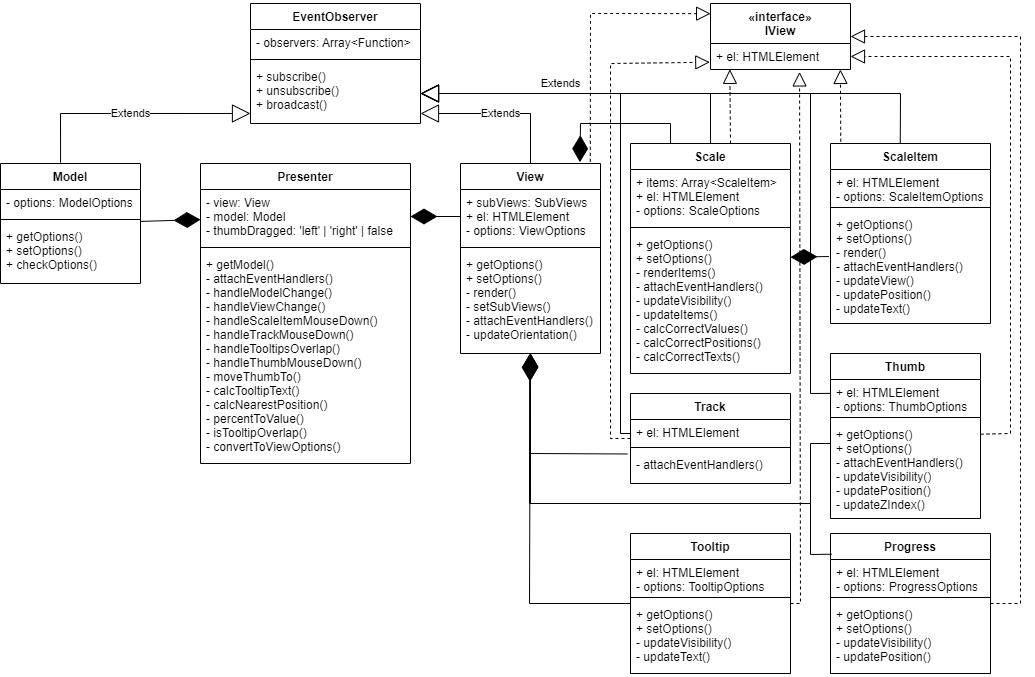
Before: docs/classes-diagram.png, a diagram exported from draw.io (staya-bomjei/range-slider). Source tidied: cells renumbered, new cells last; positions are measured from the earlier drawing's top-left corner, leaving out a move shared by most shapes.
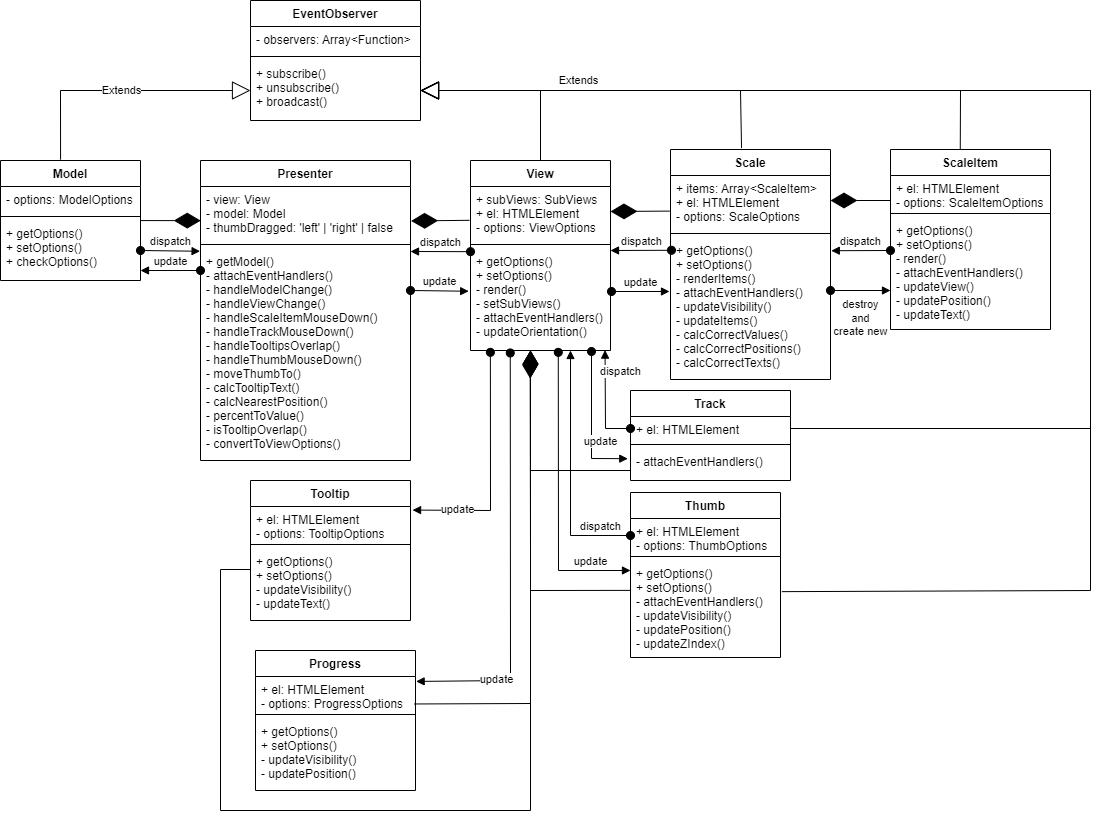
The same file after the commit.

The edit, as a diff of the source:
```diff
@@ -27,7 +27,7 @@
       <mxGeometry y="60" width="140" height="60" as="geometry" />
     </mxCell>
     <mxCell id="10" value="View" style="swimlane;fontStyle=1;align=center;verticalAlign=top;horizontal=1;startSize=26;" parent="1" vertex="1">
-      <mxGeometry x="460" y="160" width="140" height="190" as="geometry" />
+      <mxGeometry x="470" y="160" width="140" height="190" as="geometry" />
     </mxCell>
     <mxCell id="11" value="+ subViews: SubViews&#10;+ el: HTMLElement&#10;- options: ViewOptions" style="text;strokeColor=none;fillColor=none;align=left;verticalAlign=top;spacingLeft=4;spacingRight=4;overflow=hidden;points=[[0,0.5],[1,0.5]];portConstraint=eastwest;" parent="10" vertex="1">
       <mxGeometry y="26" width="140" height="54" as="geometry" />
@@ -51,7 +51,7 @@
       <mxGeometry y="88" width="210" height="212" as="geometry" />
     </mxCell>
     <mxCell id="18" value="Progress" style="swimlane;fontStyle=1;align=center;verticalAlign=top;horizontal=1;startSize=26;" parent="1" vertex="1">
-      <mxGeometry x="830" y="530" width="160" height="140" as="geometry" />
+      <mxGeometry x="255" y="650" width="160" height="140" as="geometry" />
     </mxCell>
     <mxCell id="19" value="+ el: HTMLElement&#10;- options: ProgressOptions" style="text;strokeColor=none;fillColor=none;align=left;verticalAlign=top;spacingLeft=4;spacingRight=4;overflow=hidden;points=[[0,0.5],[1,0.5]];portConstraint=eastwest;" parent="18" vertex="1">
       <mxGeometry y="26" width="160" height="34" as="geometry" />
@@ -63,7 +63,7 @@
       <mxGeometry y="68" width="160" height="72" as="geometry" />
     </mxCell>
     <mxCell id="22" value="Scale" style="swimlane;fontStyle=1;align=center;verticalAlign=top;horizontal=1;startSize=26;" parent="1" vertex="1">
-      <mxGeometry x="630" y="140" width="160" height="230" as="geometry" />
+      <mxGeometry x="670" y="149" width="160" height="230" as="geometry" />
     </mxCell>
     <mxCell id="23" value="+ items: Array&lt;ScaleItem&gt;&#10;+ el: HTMLElement&#10;- options: ScaleOptions" style="text;strokeColor=none;fillColor=none;align=left;verticalAlign=top;spacingLeft=4;spacingRight=4;overflow=hidden;points=[[0,0.5],[1,0.5]];portConstraint=eastwest;" parent="22" vertex="1">
       <mxGeometry y="26" width="160" height="54" as="geometry" />
@@ -75,7 +75,7 @@
       <mxGeometry y="88" width="160" height="142" as="geometry" />
     </mxCell>
     <mxCell id="26" value="ScaleItem" style="swimlane;fontStyle=1;align=center;verticalAlign=top;horizontal=1;startSize=26;" parent="1" vertex="1">
-      <mxGeometry x="830" y="140" width="160" height="180" as="geometry" />
+      <mxGeometry x="890" y="149" width="160" height="180" as="geometry" />
     </mxCell>
     <mxCell id="27" value="+ el: HTMLElement&#10;- options: ScaleItemOptions" style="text;strokeColor=none;fillColor=none;align=left;verticalAlign=top;spacingLeft=4;spacingRight=4;overflow=hidden;" parent="26" vertex="1">
       <mxGeometry y="26" width="160" height="34" as="geometry" />
@@ -87,7 +87,7 @@
       <mxGeometry y="68" width="160" height="112" as="geometry" />
     </mxCell>
     <mxCell id="30" value="Thumb" style="swimlane;fontStyle=1;align=center;verticalAlign=top;horizontal=1;startSize=26;" parent="1" vertex="1">
-      <mxGeometry x="830" y="350" width="150" height="165" as="geometry" />
+      <mxGeometry x="630" y="492" width="150" height="165" as="geometry" />
     </mxCell>
     <mxCell id="31" value="+ el: HTMLElement&#10;- options: ThumbOptions" style="text;strokeColor=none;fillColor=none;align=left;verticalAlign=top;spacingLeft=4;spacingRight=4;overflow=hidden;points=[[0,0.5],[1,0.5]];portConstraint=eastwest;" parent="30" vertex="1">
       <mxGeometry y="26" width="150" height="34" as="geometry" />
@@ -99,7 +99,7 @@
       <mxGeometry y="68" width="150" height="97" as="geometry" />
     </mxCell>
     <mxCell id="34" value="Tooltip" style="swimlane;fontStyle=1;align=center;verticalAlign=top;horizontal=1;startSize=26;" parent="1" vertex="1">
-      <mxGeometry x="630" y="530" width="160" height="140" as="geometry" />
+      <mxGeometry x="250" y="480" width="160" height="140" as="geometry" />
     </mxCell>
     <mxCell id="35" value="+ el: HTMLElement&#10;- options: TooltipOptions" style="text;strokeColor=none;fillColor=none;align=left;verticalAlign=top;spacingLeft=4;spacingRight=4;overflow=hidden;points=[[0,0.5],[1,0.5]];portConstraint=eastwest;" parent="34" vertex="1">
       <mxGeometry y="26" width="160" height="34" as="geometry" />
@@ -122,152 +122,187 @@
     <mxCell id="41" value="- attachEventHandlers()" style="text;strokeColor=none;fillColor=none;align=left;verticalAlign=top;spacingLeft=4;spacingRight=4;overflow=hidden;points=[[0,0.5],[1,0.5]];portConstraint=eastwest;" parent="38" vertex="1">
       <mxGeometry y="58" width="160" height="32" as="geometry" />
     </mxCell>
-    <mxCell id="42" value="«interface»&#10;IView" style="swimlane;fontStyle=1;horizontal=1;startSize=40;fillColor=none;" parent="1" vertex="1">
-      <mxGeometry x="710" width="140" height="66" as="geometry" />
-    </mxCell>
-    <mxCell id="43" value="+ el: HTMLElement" style="text;strokeColor=none;fillColor=none;align=left;verticalAlign=top;spacingLeft=4;spacingRight=4;overflow=hidden;points=[[0,0.5],[1,0.5]];portConstraint=eastwest;" parent="42" vertex="1">
-      <mxGeometry y="40" width="140" height="26" as="geometry" />
-    </mxCell>
-    <mxCell id="44" value="Extends" style="endArrow=block;endSize=16;endFill=0;html=1;rounded=0;exitX=0.429;exitY=-0.007;exitDx=0;exitDy=0;exitPerimeter=0;entryX=0;entryY=0.833;entryDx=0;entryDy=0;entryPerimeter=0;" parent="1" edge="1" source="6" target="5">
+    <mxCell id="44" value="Extends" style="endArrow=block;endSize=16;endFill=0;html=1;rounded=0;exitX=0.429;exitY=-0.007;exitDx=0;exitDy=0;exitPerimeter=0;entryX=0;entryY=0.5;entryDx=0;entryDy=0;" parent="1" edge="1" source="6" target="5">
       <mxGeometry relative="1" as="geometry">
         <Array as="points">
-          <mxPoint x="60" y="110" />
+          <mxPoint x="60" y="90" />
         </Array>
       </mxGeometry>
     </mxCell>
-    <mxCell id="45" value="Extends" style="endArrow=block;endSize=16;endFill=0;html=1;rounded=0;" parent="1" edge="1" source="10">
-      <mxGeometry relative="1" as="geometry">
-        <mxPoint x="420" y="110" as="targetPoint" />
+    <mxCell id="45" style="endArrow=block;endSize=16;endFill=0;html=1;rounded=0;entryX=1;entryY=0.5;entryDx=0;entryDy=0;" parent="1" edge="1" source="10" target="5">
+      <mxGeometry x="0.38" y="30" relative="1" as="geometry">
         <Array as="points">
-          <mxPoint x="530" y="110" />
+          <mxPoint x="540" y="90" />
         </Array>
       </mxGeometry>
     </mxCell>
-    <mxCell id="46" style="endArrow=block;endSize=16;endFill=0;html=1;rounded=0;" parent="1" edge="1" source="22" target="5">
+    <mxCell id="46" style="endArrow=block;endSize=16;endFill=0;html=1;rounded=0;exitX=0.444;exitY=-0.006;exitDx=0;exitDy=0;exitPerimeter=0;" parent="1" edge="1" source="22" target="5">
       <mxGeometry y="30" relative="1" as="geometry">
         <Array as="points">
-          <mxPoint x="710" y="90" />
+          <mxPoint x="740" y="90" />
         </Array>
       </mxGeometry>
     </mxCell>
-    <mxCell id="47" style="endArrow=block;endSize=16;endFill=0;html=1;rounded=0;" parent="1" edge="1" target="5">
+    <mxCell id="47" style="endArrow=block;endSize=16;endFill=0;html=1;rounded=0;exitX=1;exitY=0.5;exitDx=0;exitDy=0;" parent="1" edge="1" source="39" target="5">
       <mxGeometry x="0.13" y="30" relative="1" as="geometry">
-        <mxPoint x="630" y="430" as="sourcePoint" />
         <Array as="points">
-          <mxPoint x="620" y="430" />
-          <mxPoint x="620" y="90" />
+          <mxPoint x="1090" y="428" />
+          <mxPoint x="1090" y="90" />
         </Array>
       </mxGeometry>
     </mxCell>
     <mxCell id="48" value="Extends" style="endArrow=block;endSize=16;endFill=0;html=1;rounded=0;exitX=0.436;exitY=0.002;exitDx=0;exitDy=0;exitPerimeter=0;" parent="1" edge="1" source="26" target="5">
       <mxGeometry x="0.47" y="-10" relative="1" as="geometry">
         <Array as="points">
-          <mxPoint x="900" y="90" />
+          <mxPoint x="960" y="90" />
         </Array>
       </mxGeometry>
     </mxCell>
-    <mxCell id="49" style="endArrow=block;endSize=16;endFill=0;html=1;rounded=0;exitX=0.001;exitY=0.408;exitDx=0;exitDy=0;exitPerimeter=0;entryX=1;entryY=0.5;entryDx=0;entryDy=0;" parent="1" edge="1" source="31" target="5">
+    <mxCell id="49" style="endArrow=block;endSize=16;endFill=0;html=1;rounded=0;exitX=1.009;exitY=0.321;exitDx=0;exitDy=0;exitPerimeter=0;entryX=1;entryY=0.5;entryDx=0;entryDy=0;" parent="1" edge="1" source="33" target="5">
       <mxGeometry x="-0.22" y="145" relative="1" as="geometry">
         <Array as="points">
-          <mxPoint x="810" y="390" />
-          <mxPoint x="810" y="90" />
+          <mxPoint x="1090" y="590" />
+          <mxPoint x="1090" y="90" />
         </Array>
       </mxGeometry>
     </mxCell>
-    <mxCell id="50" style="endArrow=block;dashed=1;endFill=0;endSize=12;html=1;rounded=0;exitX=0.927;exitY=-0.009;exitDx=0;exitDy=0;exitPerimeter=0;entryX=0.001;entryY=0.154;entryDx=0;entryDy=0;entryPerimeter=0;" parent="1" edge="1" source="10" target="42">
-      <mxGeometry relative="1" as="geometry">
-        <Array as="points">
-          <mxPoint x="590" y="10" />
-        </Array>
-      </mxGeometry>
-    </mxCell>
-    <mxCell id="51" style="endArrow=block;dashed=1;endFill=0;endSize=12;html=1;rounded=0;entryX=0.138;entryY=0.994;entryDx=0;entryDy=0;entryPerimeter=0;exitX=0.625;exitY=0;exitDx=0;exitDy=0;exitPerimeter=0;" parent="1" edge="1" source="22" target="43">
-      <mxGeometry relative="1" as="geometry" />
-    </mxCell>
-    <mxCell id="52" style="endArrow=block;dashed=1;endFill=0;endSize=12;html=1;rounded=0;entryX=0.928;entryY=0.998;entryDx=0;entryDy=0;entryPerimeter=0;exitX=0.064;exitY=-0.01;exitDx=0;exitDy=0;exitPerimeter=0;" parent="1" edge="1" source="26" target="43">
-      <mxGeometry relative="1" as="geometry" />
-    </mxCell>
-    <mxCell id="53" style="endArrow=block;dashed=1;endFill=0;endSize=12;html=1;rounded=0;entryX=1;entryY=0.5;entryDx=0;entryDy=0;" parent="1" edge="1" source="30" target="43">
-      <mxGeometry relative="1" as="geometry">
-        <Array as="points">
-          <mxPoint x="1010" y="430" />
-          <mxPoint x="1010" y="53" />
-        </Array>
-      </mxGeometry>
-    </mxCell>
-    <mxCell id="54" style="endArrow=block;dashed=1;endFill=0;endSize=12;html=1;rounded=0;entryX=-0.005;entryY=0.72;entryDx=0;entryDy=0;entryPerimeter=0;" parent="1" edge="1" source="38" target="43">
-      <mxGeometry relative="1" as="geometry">
-        <Array as="points">
-          <mxPoint x="610" y="435" />
-          <mxPoint x="610" y="60" />
-        </Array>
-      </mxGeometry>
-    </mxCell>
-    <mxCell id="55" style="endArrow=block;dashed=1;endFill=0;endSize=12;html=1;rounded=0;entryX=0.636;entryY=1.093;entryDx=0;entryDy=0;entryPerimeter=0;" parent="1" edge="1" source="34" target="43">
-      <mxGeometry relative="1" as="geometry">
-        <Array as="points">
-          <mxPoint x="800" y="600" />
-        </Array>
-      </mxGeometry>
-    </mxCell>
-    <mxCell id="56" style="endArrow=block;dashed=1;endFill=0;endSize=12;html=1;rounded=0;" parent="1" edge="1" source="18" target="42">
-      <mxGeometry relative="1" as="geometry">
-        <Array as="points">
-          <mxPoint x="1020" y="600" />
-          <mxPoint x="1020" y="33" />
-        </Array>
-      </mxGeometry>
-    </mxCell>
-    <mxCell id="57" style="endArrow=diamondThin;endFill=1;endSize=24;html=1;rounded=0;" parent="1" edge="1" source="6" target="15">
+    <mxCell id="57" style="endArrow=diamondThin;endFill=1;endSize=24;html=1;rounded=0;entryX=0.001;entryY=0.632;entryDx=0;entryDy=0;entryPerimeter=0;" parent="1" edge="1" source="6" target="15">
       <mxGeometry relative="1" as="geometry" />
     </mxCell>
-    <mxCell id="58" style="endArrow=diamondThin;endFill=1;endSize=24;html=1;rounded=0;exitX=0;exitY=0.5;exitDx=0;exitDy=0;entryX=1;entryY=0.5;entryDx=0;entryDy=0;" parent="1" edge="1" source="11" target="15">
+    <mxCell id="58" style="endArrow=diamondThin;endFill=1;endSize=24;html=1;rounded=0;exitX=-0.007;exitY=0.626;exitDx=0;exitDy=0;entryX=1.003;entryY=0.638;entryDx=0;entryDy=0;entryPerimeter=0;exitPerimeter=0;" parent="1" edge="1" source="11" target="15">
       <mxGeometry relative="1" as="geometry" />
     </mxCell>
-    <mxCell id="59" style="endArrow=diamondThin;endFill=1;endSize=24;html=1;rounded=0;" parent="1" edge="1" source="34" target="13">
+    <mxCell id="59" style="endArrow=diamondThin;endFill=1;endSize=24;html=1;rounded=0;" parent="1" edge="1">
       <mxGeometry relative="1" as="geometry">
+        <mxPoint x="250" y="569" as="sourcePoint" />
+        <mxPoint x="530" y="350" as="targetPoint" />
         <Array as="points">
-          <mxPoint x="529" y="600" />
+          <mxPoint x="220" y="569" />
+          <mxPoint x="220" y="810" />
+          <mxPoint x="530" y="810" />
         </Array>
       </mxGeometry>
     </mxCell>
-    <mxCell id="60" style="endArrow=diamondThin;endFill=1;endSize=24;html=1;rounded=0;exitX=-0.02;exitY=0.078;exitDx=0;exitDy=0;exitPerimeter=0;" parent="1" edge="1" source="41" target="13">
+    <mxCell id="60" style="endArrow=diamondThin;endFill=1;endSize=24;html=1;rounded=0;" parent="1" edge="1">
       <mxGeometry relative="1" as="geometry">
+        <mxPoint x="630" y="470" as="sourcePoint" />
+        <mxPoint x="530" y="350" as="targetPoint" />
         <Array as="points">
-          <mxPoint x="530" y="450" />
+          <mxPoint x="530" y="470" />
         </Array>
       </mxGeometry>
     </mxCell>
-    <mxCell id="61" style="endArrow=diamondThin;endFill=1;endSize=24;html=1;rounded=0;exitX=0.25;exitY=0;exitDx=0;exitDy=0;entryX=0.853;entryY=-0.007;entryDx=0;entryDy=0;entryPerimeter=0;" parent="1" edge="1" source="22" target="10">
+    <mxCell id="61" style="endArrow=diamondThin;endFill=1;endSize=24;html=1;rounded=0;exitX=-0.005;exitY=0.659;exitDx=0;exitDy=0;exitPerimeter=0;" parent="1" edge="1" source="23">
       <mxGeometry relative="1" as="geometry">
-        <Array as="points">
-          <mxPoint x="670" y="120" />
-          <mxPoint x="580" y="120" />
-        </Array>
+        <mxPoint x="610" y="211" as="targetPoint" />
       </mxGeometry>
     </mxCell>
-    <mxCell id="62" style="endArrow=diamondThin;endFill=1;endSize=24;html=1;rounded=0;entryX=0.494;entryY=1.005;entryDx=0;entryDy=0;entryPerimeter=0;" parent="1" edge="1" target="13">
+    <mxCell id="62" style="endArrow=diamondThin;endFill=1;endSize=24;html=1;rounded=0;exitX=-0.003;exitY=0.308;exitDx=0;exitDy=0;exitPerimeter=0;entryX=0.426;entryY=1.011;entryDx=0;entryDy=0;entryPerimeter=0;" parent="1" edge="1" source="33" target="13">
       <mxGeometry relative="1" as="geometry">
-        <mxPoint x="830" y="440" as="sourcePoint" />
         <Array as="points">
-          <mxPoint x="810" y="440" />
-          <mxPoint x="810" y="500" />
-          <mxPoint x="529" y="500" />
+          <mxPoint x="530" y="590" />
+          <mxPoint x="530" y="551" />
         </Array>
       </mxGeometry>
     </mxCell>
-    <mxCell id="63" style="endArrow=diamondThin;endFill=1;endSize=24;html=1;rounded=0;exitX=0.007;exitY=0.148;exitDx=0;exitDy=0;exitPerimeter=0;" parent="1" edge="1" source="18">
+    <mxCell id="63" style="endArrow=diamondThin;endFill=1;endSize=24;html=1;rounded=0;exitX=0.994;exitY=0.808;exitDx=0;exitDy=0;exitPerimeter=0;" parent="1" edge="1" source="19">
       <mxGeometry relative="1" as="geometry">
         <mxPoint x="530" y="350" as="targetPoint" />
         <Array as="points">
-          <mxPoint x="810" y="551" />
-          <mxPoint x="810" y="500" />
-          <mxPoint x="530" y="500" />
+          <mxPoint x="530" y="703" />
         </Array>
       </mxGeometry>
     </mxCell>
-    <mxCell id="64" style="endArrow=diamondThin;endFill=1;endSize=24;html=1;rounded=0;exitX=-0.01;exitY=0.402;exitDx=0;exitDy=0;exitPerimeter=0;" parent="1" edge="1" source="29" target="22">
-      <mxGeometry relative="1" as="geometry" />
+    <mxCell id="64" style="endArrow=diamondThin;endFill=1;endSize=24;html=1;rounded=0;" parent="1" edge="1">
+      <mxGeometry relative="1" as="geometry">
+        <mxPoint x="890" y="200" as="sourcePoint" />
+        <mxPoint x="830" y="200" as="targetPoint" />
+      </mxGeometry>
     </mxCell>
+    <mxCell id="65" value="dispatch" style="html=1;verticalAlign=bottom;startArrow=oval;startFill=1;endArrow=block;startSize=8;rounded=0;exitX=1;exitY=0.5;exitDx=0;exitDy=0;entryX=-0.002;entryY=0.013;entryDx=0;entryDy=0;entryPerimeter=0;" parent="1" edge="1" source="9" target="17">
+      <mxGeometry relative="1" as="geometry" />
+    </mxCell>
+    <mxCell id="66" value="update" style="html=1;verticalAlign=bottom;startArrow=oval;startFill=1;endArrow=block;startSize=8;rounded=0;" parent="1" edge="1">
+      <mxGeometry relative="1" as="geometry">
+        <mxPoint x="200" y="270" as="sourcePoint" />
+        <mxPoint x="140" y="270" as="targetPoint" />
+      </mxGeometry>
+    </mxCell>
+    <mxCell id="67" value="dispatch" style="html=1;verticalAlign=bottom;startArrow=oval;startFill=1;endArrow=block;startSize=8;rounded=0;exitX=0;exitY=0.031;exitDx=0;exitDy=0;exitPerimeter=0;" parent="1" edge="1" source="13">
+      <mxGeometry relative="1" as="geometry">
+        <mxPoint x="410" y="251" as="targetPoint" />
+      </mxGeometry>
+    </mxCell>
+    <mxCell id="68" value="update" style="html=1;verticalAlign=bottom;startArrow=oval;startFill=1;endArrow=block;startSize=8;rounded=0;entryX=-0.013;entryY=0.419;entryDx=0;entryDy=0;entryPerimeter=0;" parent="1" edge="1" target="13">
+      <mxGeometry relative="1" as="geometry">
+        <mxPoint x="410" y="290" as="sourcePoint" />
+      </mxGeometry>
+    </mxCell>
+    <mxCell id="69" value="dispatch" style="html=1;verticalAlign=bottom;startArrow=oval;startFill=1;endArrow=block;startSize=8;rounded=0;exitX=0.006;exitY=0.09;exitDx=0;exitDy=0;exitPerimeter=0;" parent="1" edge="1" source="25">
+      <mxGeometry relative="1" as="geometry">
+        <mxPoint x="610" y="250" as="targetPoint" />
+      </mxGeometry>
+    </mxCell>
+    <mxCell id="70" value="update" style="html=1;verticalAlign=bottom;startArrow=oval;startFill=1;endArrow=block;startSize=8;rounded=0;" parent="1" edge="1">
+      <mxGeometry relative="1" as="geometry">
+        <mxPoint x="611" y="291" as="sourcePoint" />
+        <mxPoint x="669" y="291" as="targetPoint" />
+      </mxGeometry>
+    </mxCell>
+    <mxCell id="71" value="dispatch" style="html=1;verticalAlign=bottom;startArrow=oval;startFill=1;endArrow=block;startSize=8;rounded=0;entryX=1.005;entryY=0.093;entryDx=0;entryDy=0;entryPerimeter=0;" parent="1" edge="1" target="25">
+      <mxGeometry relative="1" as="geometry">
+        <mxPoint x="890" y="250" as="sourcePoint" />
+      </mxGeometry>
+    </mxCell>
+    <mxCell id="72" value="destroy&lt;br&gt;and&lt;br&gt;create new" style="html=1;verticalAlign=bottom;startArrow=oval;startFill=1;endArrow=block;startSize=8;rounded=0;" parent="1" edge="1">
+      <mxGeometry y="-50" relative="1" as="geometry">
+        <mxPoint x="830" y="290" as="sourcePoint" />
+        <mxPoint x="890" y="290" as="targetPoint" />
+      </mxGeometry>
+    </mxCell>
+    <mxCell id="73" value="dispatch" style="html=1;verticalAlign=bottom;startArrow=oval;startFill=1;endArrow=block;startSize=8;rounded=0;exitX=0;exitY=0.5;exitDx=0;exitDy=0;entryX=0.961;entryY=0.996;entryDx=0;entryDy=0;entryPerimeter=0;" parent="1" edge="1" source="39" target="13">
+      <mxGeometry x="0.41" y="-15" relative="1" as="geometry">
+        <Array as="points">
+          <mxPoint x="605" y="428" />
+        </Array>
+      </mxGeometry>
+    </mxCell>
+    <mxCell id="74" value="update" style="html=1;verticalAlign=bottom;startArrow=oval;startFill=1;endArrow=block;startSize=8;rounded=0;entryX=-0.017;entryY=0.318;entryDx=0;entryDy=0;entryPerimeter=0;" parent="1" edge="1" target="41">
+      <mxGeometry x="0.62" y="8" relative="1" as="geometry">
+        <mxPoint x="591" y="351" as="sourcePoint" />
+        <Array as="points">
+          <mxPoint x="591" y="458" />
+        </Array>
+      </mxGeometry>
+    </mxCell>
+    <mxCell id="75" value="dispatch" style="html=1;verticalAlign=bottom;startArrow=oval;startFill=1;endArrow=block;startSize=8;rounded=0;exitX=0;exitY=0.5;exitDx=0;exitDy=0;" parent="1" edge="1" source="31">
+      <mxGeometry x="-0.76" relative="1" as="geometry">
+        <mxPoint x="570" y="350" as="targetPoint" />
+        <Array as="points">
+          <mxPoint x="570" y="535" />
+        </Array>
+      </mxGeometry>
+    </mxCell>
+    <mxCell id="76" value="update" style="html=1;verticalAlign=bottom;startArrow=oval;startFill=1;endArrow=block;startSize=8;rounded=0;entryX=0;entryY=0.103;entryDx=0;entryDy=0;entryPerimeter=0;exitX=0.627;exitY=1.018;exitDx=0;exitDy=0;exitPerimeter=0;" parent="1" edge="1" source="13" target="33">
+      <mxGeometry x="0.72" relative="1" as="geometry">
+        <Array as="points">
+          <mxPoint x="558" y="570" />
+        </Array>
+      </mxGeometry>
+    </mxCell>
+    <mxCell id="77" value="update" style="html=1;verticalAlign=bottom;startArrow=oval;startFill=1;endArrow=block;startSize=8;rounded=0;entryX=1.013;entryY=0.105;entryDx=0;entryDy=0;entryPerimeter=0;exitX=0.142;exitY=1.018;exitDx=0;exitDy=0;exitPerimeter=0;" parent="1" edge="1" source="13" target="35">
+      <mxGeometry x="0.62" y="8" relative="1" as="geometry">
+        <Array as="points">
+          <mxPoint x="490" y="510" />
+        </Array>
+      </mxGeometry>
+    </mxCell>
+    <mxCell id="78" value="update" style="html=1;verticalAlign=bottom;startArrow=oval;startFill=1;endArrow=block;startSize=8;rounded=0;entryX=1.004;entryY=0.145;entryDx=0;entryDy=0;entryPerimeter=0;exitX=0.284;exitY=1.024;exitDx=0;exitDy=0;exitPerimeter=0;" parent="1" edge="1" source="13" target="19">
+      <mxGeometry x="0.62" y="8" relative="1" as="geometry">
+        <Array as="points">
+          <mxPoint x="510" y="680" />
+        </Array>
+      </mxGeometry>
+    </mxCell>
   </root>
 </mxGraphModel>
```
